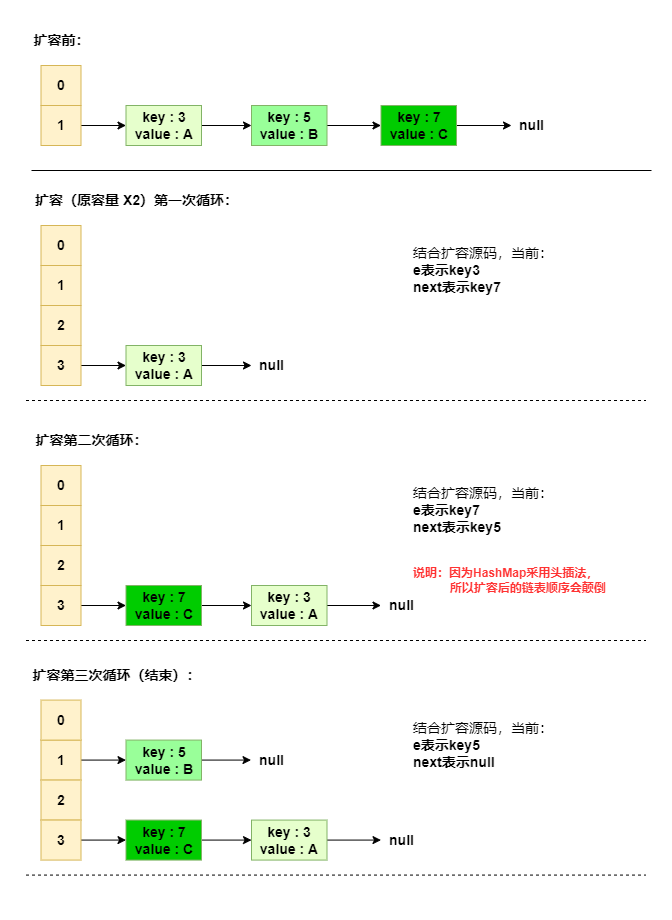
This is JavaLearning/Java相关/Java基础等/集合/ConcurrentHashMap详解（JDK1.7和JDK1.8）/HashMap死循环演示-单线程.png from XieRuhua/images, a draw.io export, as it was before one commit. Source tidied: cells renumbered, new cells last; positions are measured from the earlier drawing's top-left corner, leaving out a move shared by most shapes.
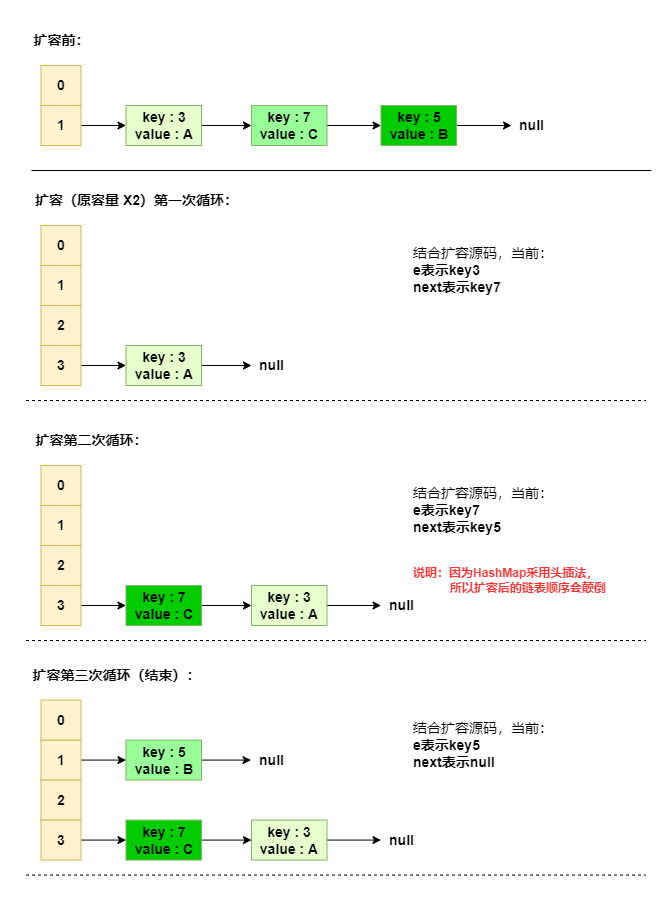
Above is the later version.

Change to the diagram source:
```diff
@@ -29,13 +29,13 @@
     <mxCell id="9" style="edgeStyle=orthogonalEdgeStyle;rounded=0;jettySize=auto;html=1;exitX=1;exitY=0.5;exitDx=0;exitDy=0;entryX=0;entryY=0.5;entryDx=0;entryDy=0;fontSize=14;" parent="1" edge="1" source="10" target="12">
       <mxGeometry relative="1" as="geometry" />
     </mxCell>
-    <mxCell id="10" value="key : 5&lt;br&gt;value : B" style="rounded=0;whiteSpace=wrap;html=1;fontStyle=1;fillColor=#99FF99;strokeColor=#82b366;fontSize=14;" parent="1" vertex="1">
+    <mxCell id="10" value="key : 7&lt;br&gt;value : C" style="rounded=0;whiteSpace=wrap;html=1;fontStyle=1;fillColor=#99FF99;strokeColor=#82b366;fontSize=14;" parent="1" vertex="1">
       <mxGeometry x="252" y="105" width="75.5" height="40" as="geometry" />
     </mxCell>
     <mxCell id="11" style="edgeStyle=orthogonalEdgeStyle;rounded=0;jettySize=auto;html=1;exitX=1;exitY=0.5;exitDx=0;exitDy=0;fontSize=14;" parent="1" edge="1" source="12" target="13">
       <mxGeometry relative="1" as="geometry" />
     </mxCell>
-    <mxCell id="12" value="key : 7&lt;br&gt;value : C" style="rounded=0;whiteSpace=wrap;html=1;fontStyle=1;fillColor=#00CC00;strokeColor=#82b366;fontSize=14;" parent="1" vertex="1">
+    <mxCell id="12" value="key : 5&lt;br&gt;value : B" style="rounded=0;whiteSpace=wrap;html=1;fontStyle=1;fillColor=#00CC00;strokeColor=#82b366;fontSize=14;" parent="1" vertex="1">
       <mxGeometry x="381.5" y="105" width="75.5" height="40" as="geometry" />
     </mxCell>
     <mxCell id="13" value="null" style="text;html=1;align=center;verticalAlign=middle;points=[];strokeColor=none;fillColor=none;fontSize=14;fontStyle=1;" parent="1" vertex="1">
```
